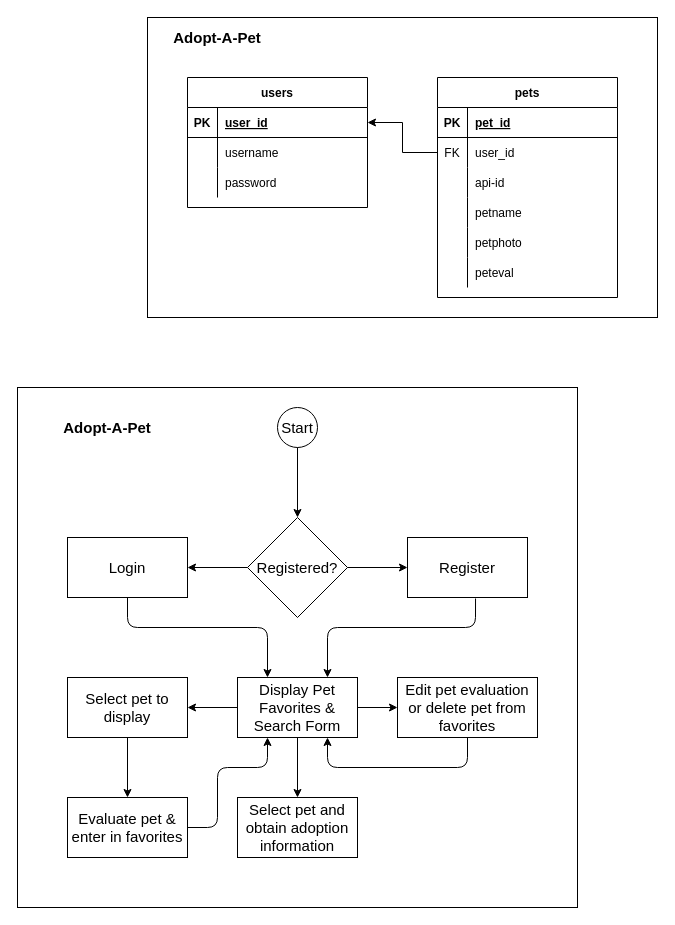
Earlier version of the draw.io diagram adopt-a-pet.drawio (ursawd/adopt-a-pet). Source tidied: cells renumbered, new cells numbered last; positions are measured from the earlier drawing's top-left corner, leaving out a move shared by most shapes. Both pictures are drawn from the tidied source at 100%, with x=0, y=0 at pixel (17, 17).
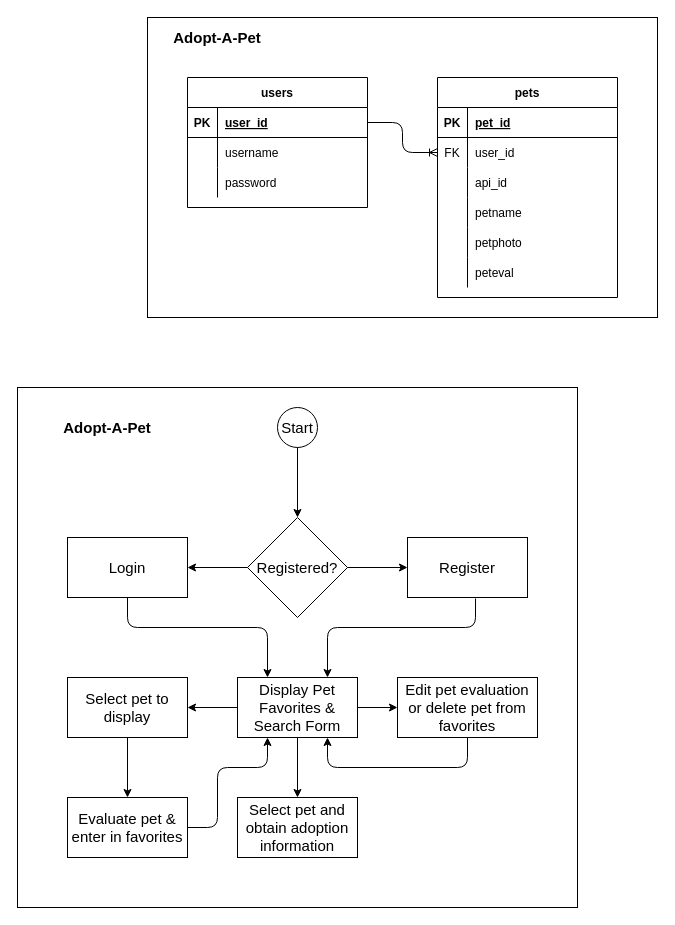
After the change.

Unchanged cells that the change refers to:
```xml
<mxCell id="4" style="shape=partialRectangle;fillColor=none;top=0;left=0;bottom=1;right=0;points=[[0,0.5],[1,0.5]];portConstraint=eastwest;" parent="3" vertex="1">
  <mxGeometry y="30" width="180" height="30" as="geometry" />
</mxCell>
<mxCell id="17" style="shape=partialRectangle;fillColor=none;top=0;left=0;bottom=0;right=0;points=[[0,0.5],[1,0.5]];portConstraint=eastwest;" parent="13" vertex="1">
  <mxGeometry y="60" width="180" height="30" as="geometry" />
</mxCell>
<mxCell id="20" style="shape=partialRectangle;fillColor=none;top=0;left=0;bottom=0;right=0;" parent="13" vertex="1">
  <mxGeometry y="90" width="180" height="30" as="geometry" />
</mxCell>
```

Change to the diagram source:
```diff
@@
-    <mxCell id="22" value="api-id" style="shape=partialRectangle;fillColor=none;top=0;left=0;bottom=0;right=0;align=left;spacingLeft=6;overflow=hidden;" parent="20" vertex="1">
+    <mxCell id="22" value="api_id" style="shape=partialRectangle;fillColor=none;top=0;left=0;bottom=0;right=0;align=left;spacingLeft=6;overflow=hidden;" parent="20" vertex="1">
       <mxGeometry x="30" width="150" height="30" as="geometry" />
     </mxCell>
@@
-    <mxCell id="32" style="edgeStyle=orthogonalEdgeStyle;rounded=0;jettySize=auto;html=1;exitX=0;exitY=0.5;exitDx=0;exitDy=0;entryX=1;entryY=0.5;entryDx=0;entryDy=0;" parent="1" edge="1" source="17" target="4">
-      <mxGeometry relative="1" as="geometry" />
-    </mxCell>
@@
+    <mxCell id="56" style="edgeStyle=orthogonalEdgeStyle;fontSize=12;html=1;endArrow=ERoneToMany;entryX=0;entryY=0.5;entryDx=0;entryDy=0;exitX=1;exitY=0.5;exitDx=0;exitDy=0;" parent="1" edge="1" source="4" target="17">
+      <mxGeometry relative="1" as="geometry" />
+    </mxCell>
```
